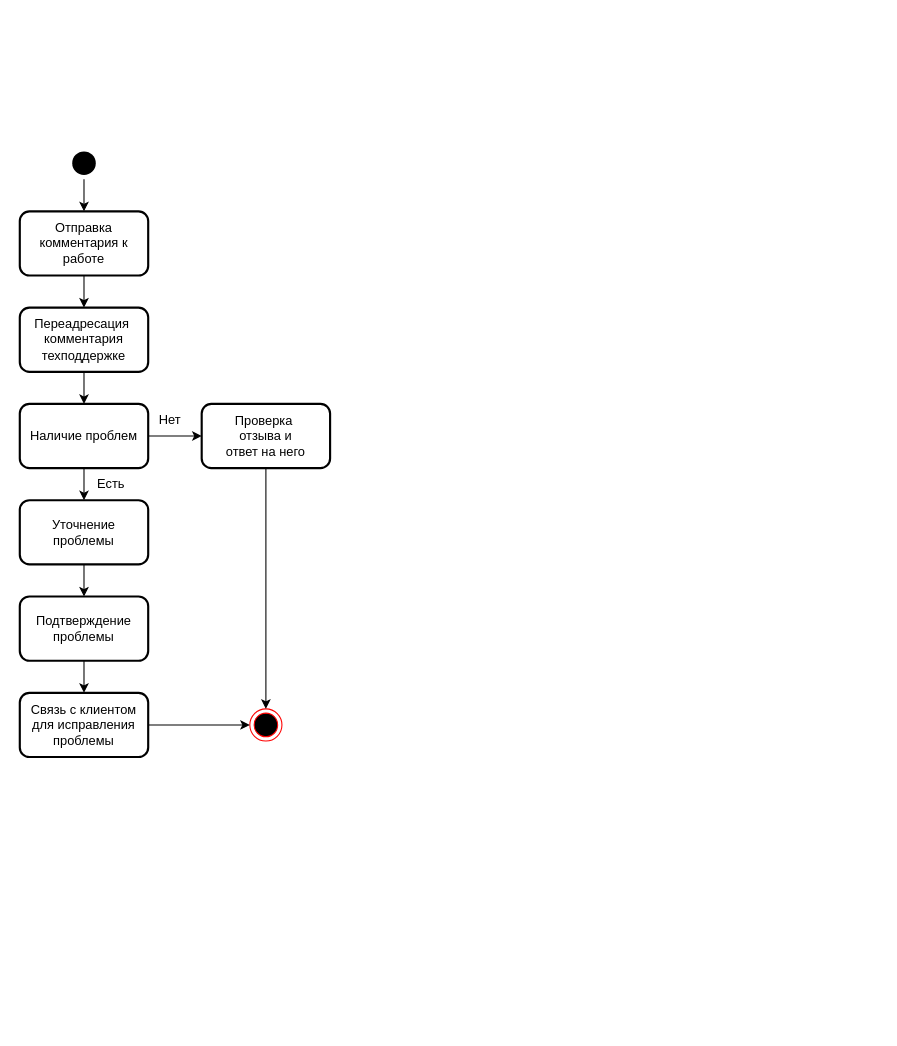
This is page "Page-3" (3 of 5) of 2.drawio from Helpmepleaseitishard/Aikms, a draw.io file, before an edit. Source tidied: cells renumbered, new cells numbered last; positions are measured from the earlier drawing's top-left corner, leaving out a move shared by most shapes. Both pictures are drawn from the tidied source at 107%, with x=0, y=0 at pixel (19, 147).
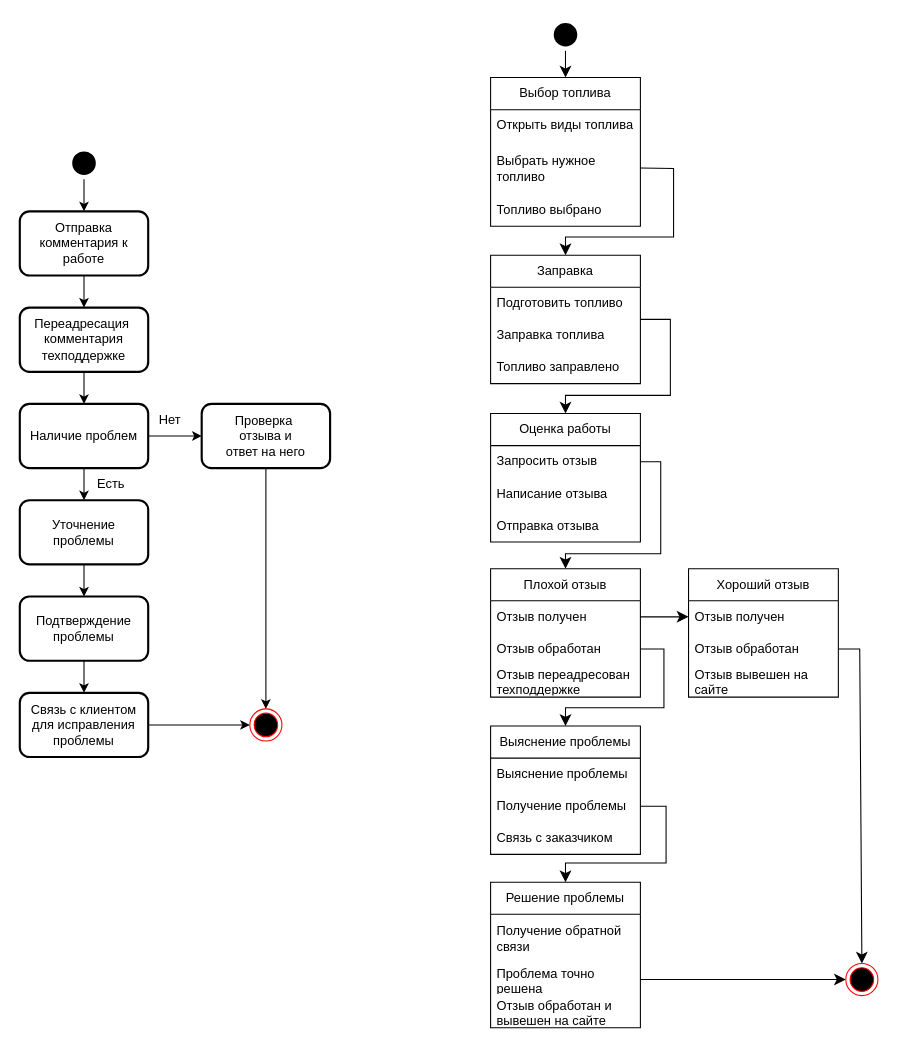
Above is the later version.

Change to the diagram source:
```diff
@@
+    <mxCell id="22" value="Выбор топлива" style="swimlane;fontStyle=0;horizontal=1;startSize=30;whiteSpace=wrap;html=1;" parent="1" vertex="1">
+      <mxGeometry x="440" y="-65" width="140" height="139" as="geometry" />
+    </mxCell>
+    <mxCell id="23" value="Открыть виды топлива" style="text;strokeColor=none;fillColor=none;align=left;verticalAlign=middle;spacingLeft=4;spacingRight=4;overflow=hidden;whiteSpace=wrap;html=1;" parent="22" vertex="1">
+      <mxGeometry y="30" width="140" height="30" as="geometry" />
+    </mxCell>
+    <mxCell id="24" value="Выбрать нужное топливо" style="text;strokeColor=none;fillColor=none;align=left;verticalAlign=middle;spacingLeft=4;spacingRight=4;overflow=hidden;points=[[0,0.5],[1,0.5]];portConstraint=eastwest;whiteSpace=wrap;html=1;" parent="22" vertex="1">
+      <mxGeometry y="60" width="140" height="49" as="geometry" />
+    </mxCell>
+    <mxCell id="25" value="Топливо выбрано" style="text;strokeColor=none;fillColor=none;align=left;verticalAlign=middle;spacingLeft=4;spacingRight=4;overflow=hidden;whiteSpace=wrap;html=1;" parent="22" vertex="1">
+      <mxGeometry y="109" width="140" height="30" as="geometry" />
+    </mxCell>
+    <mxCell id="26" style="edgeStyle=none;curved=0;rounded=0;jettySize=auto;html=1;exitX=1;exitY=0.5;exitDx=0;exitDy=0;entryX=0.5;entryY=0;entryDx=0;entryDy=0;fontSize=12;startSize=8;endSize=8;" parent="1" edge="1" source="27" target="31">
+      <mxGeometry relative="1" as="geometry">
+        <Array as="points">
+          <mxPoint x="608" y="161" />
+          <mxPoint x="608" y="232" />
+          <mxPoint x="510" y="232" />
+        </Array>
+      </mxGeometry>
+    </mxCell>
+    <mxCell id="27" value="Заправка" style="swimlane;fontStyle=0;horizontal=1;startSize=30;whiteSpace=wrap;html=1;" parent="1" vertex="1">
+      <mxGeometry x="440" y="101" width="140" height="120" as="geometry" />
+    </mxCell>
+    <mxCell id="28" value="Подготовить топливо" style="text;strokeColor=none;fillColor=none;align=left;verticalAlign=middle;spacingLeft=4;spacingRight=4;overflow=hidden;whiteSpace=wrap;html=1;" parent="27" vertex="1">
+      <mxGeometry y="30" width="140" height="30" as="geometry" />
+    </mxCell>
+    <mxCell id="29" value="Заправка топлива" style="text;strokeColor=none;fillColor=none;align=left;verticalAlign=middle;spacingLeft=4;spacingRight=4;overflow=hidden;whiteSpace=wrap;html=1;" parent="27" vertex="1">
+      <mxGeometry y="60" width="140" height="30" as="geometry" />
+    </mxCell>
+    <mxCell id="30" value="Топливо заправлено" style="text;strokeColor=none;fillColor=none;align=left;verticalAlign=middle;spacingLeft=4;spacingRight=4;overflow=hidden;whiteSpace=wrap;html=1;" parent="27" vertex="1">
+      <mxGeometry y="90" width="140" height="30" as="geometry" />
+    </mxCell>
+    <mxCell id="31" value="Оценка работы" style="swimlane;fontStyle=0;horizontal=1;startSize=30;whiteSpace=wrap;html=1;" parent="1" vertex="1">
+      <mxGeometry x="440" y="249" width="140" height="120" as="geometry" />
+    </mxCell>
+    <mxCell id="32" value="Запросить отзыв" style="text;strokeColor=none;fillColor=none;align=left;verticalAlign=middle;spacingLeft=4;spacingRight=4;overflow=hidden;points=[[0,0.5],[1,0.5]];portConstraint=eastwest;whiteSpace=wrap;html=1;" parent="31" vertex="1">
+      <mxGeometry y="30" width="140" height="30" as="geometry" />
+    </mxCell>
+    <mxCell id="33" value="Написание отзыва" style="text;strokeColor=none;fillColor=none;align=left;verticalAlign=middle;spacingLeft=4;spacingRight=4;overflow=hidden;whiteSpace=wrap;html=1;" parent="31" vertex="1">
+      <mxGeometry y="60" width="140" height="30" as="geometry" />
+    </mxCell>
+    <mxCell id="34" value="Отправка отзыва" style="text;strokeColor=none;fillColor=none;align=left;verticalAlign=middle;spacingLeft=4;spacingRight=4;overflow=hidden;whiteSpace=wrap;html=1;" parent="31" vertex="1">
+      <mxGeometry y="90" width="140" height="30" as="geometry" />
+    </mxCell>
+    <mxCell id="35" value="Плохой отзыв" style="swimlane;fontStyle=0;horizontal=1;startSize=30;whiteSpace=wrap;html=1;" parent="1" vertex="1">
+      <mxGeometry x="440" y="394" width="140" height="120" as="geometry" />
+    </mxCell>
+    <mxCell id="36" value="Отзыв получен" style="text;strokeColor=none;fillColor=none;align=left;verticalAlign=middle;spacingLeft=4;spacingRight=4;overflow=hidden;points=[[0,0.5],[1,0.5]];portConstraint=eastwest;whiteSpace=wrap;html=1;" parent="35" vertex="1">
+      <mxGeometry y="30" width="140" height="30" as="geometry" />
+    </mxCell>
+    <mxCell id="37" value="Отзыв обработан" style="text;strokeColor=none;fillColor=none;align=left;verticalAlign=middle;spacingLeft=4;spacingRight=4;overflow=hidden;points=[[0,0.5],[1,0.5]];portConstraint=eastwest;whiteSpace=wrap;html=1;" parent="35" vertex="1">
+      <mxGeometry y="60" width="140" height="30" as="geometry" />
+    </mxCell>
+    <mxCell id="38" value="Отзыв переадресован техподдержке" style="text;strokeColor=none;fillColor=none;align=left;verticalAlign=middle;spacingLeft=4;spacingRight=4;overflow=hidden;whiteSpace=wrap;html=1;" parent="35" vertex="1">
+      <mxGeometry y="90" width="140" height="30" as="geometry" />
+    </mxCell>
+    <mxCell id="39" value="Выяснение проблемы" style="swimlane;fontStyle=0;horizontal=1;startSize=30;whiteSpace=wrap;html=1;" parent="1" vertex="1">
+      <mxGeometry x="440" y="541" width="140" height="120" as="geometry" />
+    </mxCell>
+    <mxCell id="40" value="Выяснение проблемы" style="text;strokeColor=none;fillColor=none;align=left;verticalAlign=middle;spacingLeft=4;spacingRight=4;overflow=hidden;whiteSpace=wrap;html=1;" parent="39" vertex="1">
+      <mxGeometry y="30" width="140" height="30" as="geometry" />
+    </mxCell>
+    <mxCell id="41" value="Получение проблемы" style="text;strokeColor=none;fillColor=none;align=left;verticalAlign=middle;spacingLeft=4;spacingRight=4;overflow=hidden;points=[[0,0.5],[1,0.5]];portConstraint=eastwest;whiteSpace=wrap;html=1;" parent="39" vertex="1">
+      <mxGeometry y="60" width="140" height="30" as="geometry" />
+    </mxCell>
+    <mxCell id="42" value="Связь с заказчиком" style="text;strokeColor=none;fillColor=none;align=left;verticalAlign=middle;spacingLeft=4;spacingRight=4;overflow=hidden;whiteSpace=wrap;html=1;" parent="39" vertex="1">
+      <mxGeometry y="90" width="140" height="30" as="geometry" />
+    </mxCell>
+    <mxCell id="43" value="Решение проблемы" style="swimlane;fontStyle=0;horizontal=1;startSize=30;whiteSpace=wrap;html=1;" parent="1" vertex="1">
+      <mxGeometry x="440" y="687" width="140" height="136" as="geometry" />
+    </mxCell>
+    <mxCell id="44" value="Получение обратной связи" style="text;strokeColor=none;fillColor=none;align=left;verticalAlign=middle;spacingLeft=4;spacingRight=4;overflow=hidden;whiteSpace=wrap;html=1;" parent="43" vertex="1">
+      <mxGeometry y="30" width="140" height="46" as="geometry" />
+    </mxCell>
+    <mxCell id="45" value="Проблема точно решена" style="text;strokeColor=none;fillColor=none;align=left;verticalAlign=middle;spacingLeft=4;spacingRight=4;overflow=hidden;points=[[0,0.5],[1,0.5]];portConstraint=eastwest;whiteSpace=wrap;html=1;" parent="43" vertex="1">
+      <mxGeometry y="76" width="140" height="30" as="geometry" />
+    </mxCell>
+    <mxCell id="46" value="Отзыв обработан и вывешен на сайте" style="text;strokeColor=none;fillColor=none;align=left;verticalAlign=middle;spacingLeft=4;spacingRight=4;overflow=hidden;whiteSpace=wrap;html=1;" parent="43" vertex="1">
+      <mxGeometry y="106" width="140" height="30" as="geometry" />
+    </mxCell>
+    <mxCell id="47" style="edgeStyle=none;curved=0;rounded=0;jettySize=auto;html=1;exitX=0.5;exitY=1;exitDx=0;exitDy=0;entryX=0.5;entryY=0;entryDx=0;entryDy=0;fontSize=12;startSize=8;endSize=8;" parent="1" edge="1" source="48" target="22">
+      <mxGeometry relative="1" as="geometry" />
+    </mxCell>
+    <mxCell id="48" style="ellipse;html=1;shape=endState;fillColor=#000000;strokeColor=none;" parent="1" vertex="1">
+      <mxGeometry x="495" y="-120" width="30" height="30" as="geometry" />
+    </mxCell>
+    <mxCell id="49" value="Хороший отзыв" style="swimlane;fontStyle=0;horizontal=1;startSize=30;whiteSpace=wrap;html=1;" parent="1" vertex="1">
+      <mxGeometry x="625" y="394" width="140" height="120" as="geometry" />
+    </mxCell>
+    <mxCell id="50" value="Отзыв получен" style="text;strokeColor=none;fillColor=none;align=left;verticalAlign=middle;spacingLeft=4;spacingRight=4;overflow=hidden;points=[[0,0.5],[1,0.5]];portConstraint=eastwest;whiteSpace=wrap;html=1;" parent="49" vertex="1">
+      <mxGeometry y="30" width="140" height="30" as="geometry" />
+    </mxCell>
+    <mxCell id="51" value="Отзыв обработан" style="text;strokeColor=none;fillColor=none;align=left;verticalAlign=middle;spacingLeft=4;spacingRight=4;overflow=hidden;points=[[0,0.5],[1,0.5]];portConstraint=eastwest;whiteSpace=wrap;html=1;" parent="49" vertex="1">
+      <mxGeometry y="60" width="140" height="30" as="geometry" />
+    </mxCell>
+    <mxCell id="52" value="Отзыв вывешен на сайте" style="text;strokeColor=none;fillColor=none;align=left;verticalAlign=middle;spacingLeft=4;spacingRight=4;overflow=hidden;whiteSpace=wrap;html=1;" parent="49" vertex="1">
+      <mxGeometry y="90" width="140" height="30" as="geometry" />
+    </mxCell>
+    <mxCell id="53" style="edgeStyle=none;curved=0;rounded=0;jettySize=auto;html=1;exitX=1;exitY=0.5;exitDx=0;exitDy=0;entryX=0.5;entryY=0;entryDx=0;entryDy=0;fontSize=12;startSize=8;endSize=8;" parent="1" edge="1" source="24" target="27">
+      <mxGeometry relative="1" as="geometry">
+        <Array as="points">
+          <mxPoint x="611" y="20" />
+          <mxPoint x="611" y="84" />
+          <mxPoint x="510" y="84" />
+        </Array>
+      </mxGeometry>
+    </mxCell>
+    <mxCell id="54" style="edgeStyle=none;curved=0;rounded=0;jettySize=auto;html=1;exitX=1;exitY=0.5;exitDx=0;exitDy=0;entryX=0.5;entryY=0;entryDx=0;entryDy=0;fontSize=12;startSize=8;endSize=8;" parent="1" edge="1" source="32" target="35">
+      <mxGeometry relative="1" as="geometry">
+        <Array as="points">
+          <mxPoint x="599" y="294" />
+          <mxPoint x="599" y="380" />
+          <mxPoint x="510" y="380" />
+        </Array>
+      </mxGeometry>
+    </mxCell>
+    <mxCell id="55" style="edgeStyle=none;curved=0;rounded=0;jettySize=auto;html=1;exitX=1;exitY=0.5;exitDx=0;exitDy=0;entryX=0.5;entryY=0;entryDx=0;entryDy=0;fontSize=12;startSize=8;endSize=8;" parent="1" edge="1" source="37" target="39">
+      <mxGeometry relative="1" as="geometry">
+        <Array as="points">
+          <mxPoint x="602" y="469" />
+          <mxPoint x="602" y="524" />
+          <mxPoint x="510" y="524" />
+        </Array>
+      </mxGeometry>
+    </mxCell>
+    <mxCell id="56" style="edgeStyle=none;curved=0;rounded=0;jettySize=auto;html=1;exitX=1;exitY=0.5;exitDx=0;exitDy=0;entryX=0.5;entryY=0;entryDx=0;entryDy=0;fontSize=12;startSize=8;endSize=8;" parent="1" edge="1" source="41" target="43">
+      <mxGeometry relative="1" as="geometry">
+        <Array as="points">
+          <mxPoint x="604" y="616" />
+          <mxPoint x="604" y="669" />
+          <mxPoint x="510" y="669" />
+        </Array>
+      </mxGeometry>
+    </mxCell>
+    <mxCell id="57" style="edgeStyle=none;curved=1;rounded=0;jettySize=auto;html=1;exitX=1;exitY=0.5;exitDx=0;exitDy=0;entryX=0;entryY=0.5;entryDx=0;entryDy=0;fontSize=12;startSize=8;endSize=8;" parent="1" edge="1" source="36" target="50">
+      <mxGeometry relative="1" as="geometry" />
+    </mxCell>
+    <mxCell id="58" style="edgeStyle=none;curved=1;rounded=0;jettySize=auto;html=1;exitX=1;exitY=0.5;exitDx=0;exitDy=0;entryX=0;entryY=0.5;entryDx=0;entryDy=0;fontSize=12;startSize=8;endSize=8;" parent="1" edge="1" source="45">
+      <mxGeometry relative="1" as="geometry">
+        <mxPoint x="772" y="778" as="targetPoint" />
+      </mxGeometry>
+    </mxCell>
+    <mxCell id="59" style="edgeStyle=none;curved=0;rounded=0;jettySize=auto;html=1;exitX=1;exitY=0.5;exitDx=0;exitDy=0;entryX=0.5;entryY=0;entryDx=0;entryDy=0;fontSize=12;startSize=8;endSize=8;" parent="1" edge="1" source="51">
+      <mxGeometry relative="1" as="geometry">
+        <mxPoint x="787" y="763" as="targetPoint" />
+        <Array as="points">
+          <mxPoint x="785" y="469" />
+        </Array>
+      </mxGeometry>
+    </mxCell>
+    <mxCell id="60" style="ellipse;html=1;shape=endState;fillColor=#000000;strokeColor=#ff0000;" parent="1" vertex="1">
+      <mxGeometry x="772" y="763" width="30" height="30" as="geometry" />
+    </mxCell>
```
